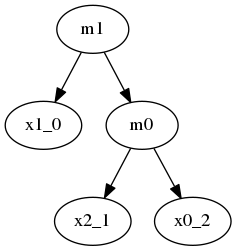
Before: GuiTool/image/Minmix/MinmixDot.png, a diagram exported from Graphviz (iitramar/guiTool). Its source is kept beside it as GuiTool/image/Minmix/MinmixDot.dot.
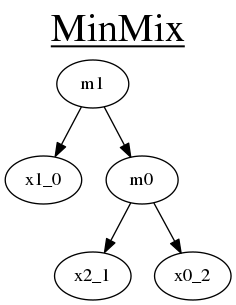
The same diagram one commit later.

Diff of the diagram source:
```diff
@@ -1,7 +1,8 @@
 digraph minmix{
 rankdir = TD;
  size="8,10.5";
- m1 -> x1_0 ;
+ graph [label= <<u>MinMix</u>> , labelloc=t, fontsize=30];
+m1 -> x1_0 ;
 m1 -> m0;
 m0 -> x2_1 ;
 m0 -> x0_2;
```
